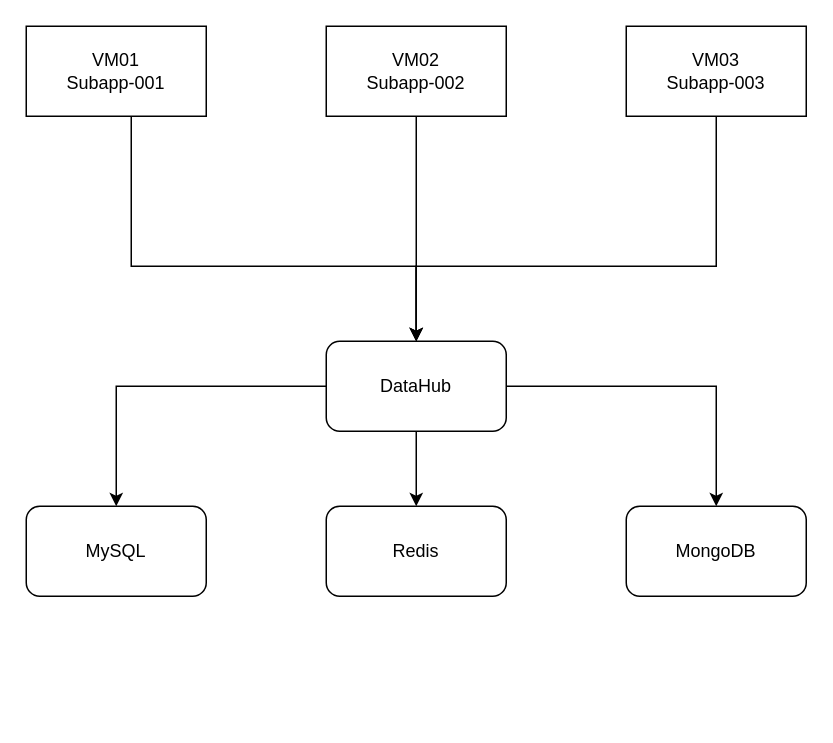
This is docs/memo/Datahub结构.drawio from phil616/rpic, a draw.io file, before an edit. Source tidied: cells renumbered, new cells numbered last; positions are measured from the earlier drawing's top-left corner, leaving out a move shared by most shapes. Both pictures are drawn from the tidied source at 150%, with x=0, y=0 at pixel (26, 26).
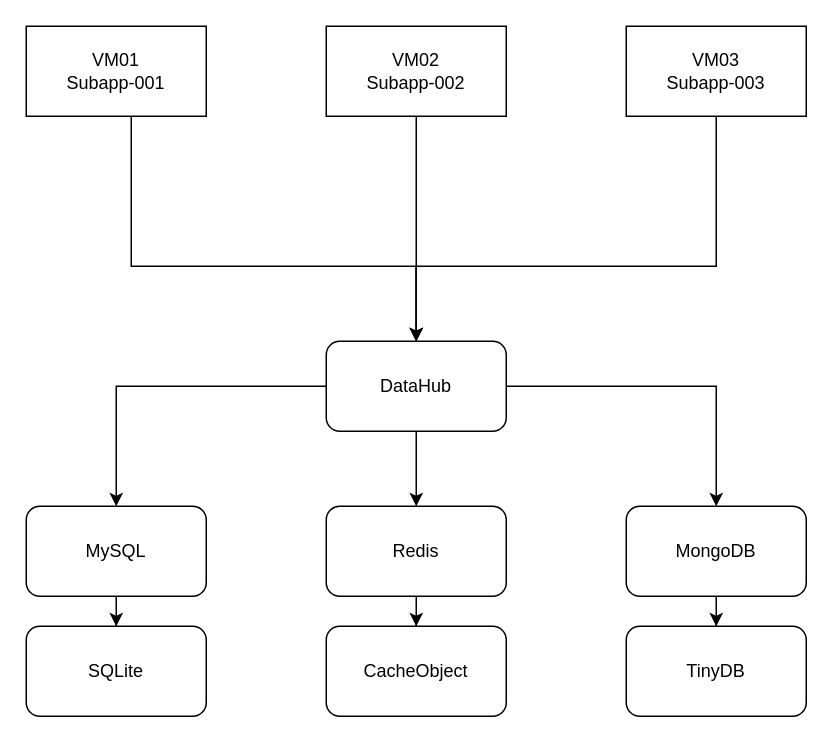
After the change.

The change refers to these unchanged cells:
```xml
<mxCell id="12" value="MySQL" style="rounded=1;whiteSpace=wrap;html=1;" parent="1" vertex="1">
  <mxGeometry y="320" width="120" height="60" as="geometry" />
</mxCell>
<mxCell id="13" value="Redis" style="rounded=1;whiteSpace=wrap;html=1;" parent="1" vertex="1">
  <mxGeometry x="200" y="320" width="120" height="60" as="geometry" />
</mxCell>
<mxCell id="14" value="MongoDB" style="rounded=1;whiteSpace=wrap;html=1;" parent="1" vertex="1">
  <mxGeometry x="400" y="320" width="120" height="60" as="geometry" />
</mxCell>
```

What changed in the source:
```diff
@@
+    <mxCell id="15" style="edgeStyle=orthogonalEdgeStyle;rounded=0;jettySize=auto;html=1;" parent="1" edge="1" source="12" target="18">
+      <mxGeometry relative="1" as="geometry" />
+    </mxCell>
@@
+    <mxCell id="16" style="edgeStyle=orthogonalEdgeStyle;rounded=0;jettySize=auto;html=1;" parent="1" edge="1" source="13" target="19">
+      <mxGeometry relative="1" as="geometry" />
+    </mxCell>
@@
+    <mxCell id="17" style="edgeStyle=orthogonalEdgeStyle;rounded=0;jettySize=auto;html=1;" parent="1" edge="1" source="14" target="20">
+      <mxGeometry relative="1" as="geometry" />
+    </mxCell>
@@
+    <mxCell id="18" value="SQLite" style="rounded=1;whiteSpace=wrap;html=1;" parent="1" vertex="1">
+      <mxGeometry y="400" width="120" height="60" as="geometry" />
+    </mxCell>
+    <mxCell id="19" value="CacheObject" style="rounded=1;whiteSpace=wrap;html=1;" parent="1" vertex="1">
+      <mxGeometry x="200" y="400" width="120" height="60" as="geometry" />
+    </mxCell>
+    <mxCell id="20" value="TinyDB" style="rounded=1;whiteSpace=wrap;html=1;" parent="1" vertex="1">
+      <mxGeometry x="400" y="400" width="120" height="60" as="geometry" />
+    </mxCell>
```
